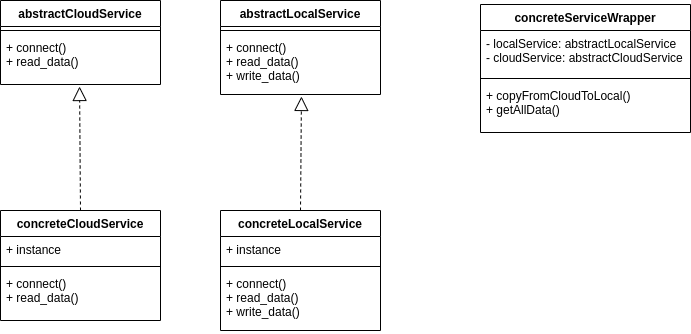
Earlier version of the draw.io export imgs/gerarchiaAstratta.png (MattiaParavisi/Archi4bdAssignement1). Source tidied: cells renumbered, new cells last; positions are measured from the earlier drawing's top-left corner, leaving out a move shared by most shapes.
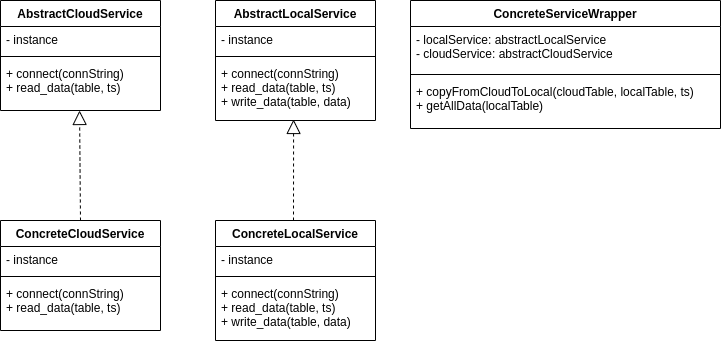
After the change.

The edit, as a diff of the source:
```diff
@@ -2,67 +2,76 @@
   <root>
     <mxCell id="0" />
     <mxCell id="1" parent="0" />
-    <mxCell id="2" style="endArrow=block;dashed=1;endFill=0;endSize=12;html=1;rounded=0;exitX=0.5;exitY=0;exitDx=0;exitDy=0;entryX=0.494;entryY=1.04;entryDx=0;entryDy=0;entryPerimeter=0;" parent="1" edge="1" target="5">
-      <mxGeometry relative="1" as="geometry">
-        <mxPoint x="80" y="210" as="sourcePoint" />
-      </mxGeometry>
+    <mxCell id="2" value="ConcreteLocalService" style="swimlane;fontStyle=1;align=center;verticalAlign=top;horizontal=1;startSize=26;" parent="1" vertex="1">
+      <mxGeometry x="435" width="160" height="120" as="geometry" />
     </mxCell>
-    <mxCell id="3" value="abstractCloudService" style="swimlane;fontStyle=1;align=center;verticalAlign=top;horizontal=1;startSize=26;" parent="1" vertex="1">
-      <mxGeometry width="160" height="84" as="geometry" />
+    <mxCell id="3" value="- instance" style="text;strokeColor=none;fillColor=none;align=left;verticalAlign=top;spacingLeft=4;spacingRight=4;overflow=hidden;" parent="2" vertex="1">
+      <mxGeometry y="26" width="160" height="26" as="geometry" />
     </mxCell>
-    <mxCell id="4" style="line;strokeWidth=1;fillColor=none;align=left;verticalAlign=middle;spacingTop=-1;spacingLeft=3;spacingRight=3;labelPosition=right;" parent="3" vertex="1">
-      <mxGeometry y="26" width="160" height="8" as="geometry" />
+    <mxCell id="4" style="line;strokeWidth=1;fillColor=none;align=left;verticalAlign=middle;spacingTop=-1;spacingLeft=3;spacingRight=3;labelPosition=right;" parent="2" vertex="1">
+      <mxGeometry y="52" width="160" height="8" as="geometry" />
     </mxCell>
-    <mxCell id="5" value="+ connect()&#10;+ read_data()" style="text;strokeColor=none;fillColor=none;align=left;verticalAlign=top;spacingLeft=4;spacingRight=4;overflow=hidden;points=[[0,0.5],[1,0.5]];portConstraint=eastwest;" parent="3" vertex="1">
-      <mxGeometry y="34" width="160" height="50" as="geometry" />
+    <mxCell id="5" value="+ connect(connString)&#10;+ read_data(table, ts)&#10;+ write_data(table, data)" style="text;strokeColor=none;fillColor=none;align=left;verticalAlign=top;spacingLeft=4;spacingRight=4;overflow=hidden;points=[[0,0.5],[1,0.5]];portConstraint=eastwest;" parent="2" vertex="1">
+      <mxGeometry y="60" width="160" height="60" as="geometry" />
     </mxCell>
-    <mxCell id="6" value="abstractLocalService" style="swimlane;fontStyle=1;align=center;verticalAlign=top;horizontal=1;startSize=26;" parent="1" vertex="1">
-      <mxGeometry x="220" width="160" height="94" as="geometry" />
+    <mxCell id="6" value="ConcreteCloudService" style="swimlane;fontStyle=1;align=center;verticalAlign=top;horizontal=1;startSize=26;" parent="1" vertex="1">
+      <mxGeometry x="220" width="160" height="110" as="geometry" />
     </mxCell>
-    <mxCell id="7" style="line;strokeWidth=1;fillColor=none;align=left;verticalAlign=middle;spacingTop=-1;spacingLeft=3;spacingRight=3;labelPosition=right;" parent="6" vertex="1">
-      <mxGeometry y="26" width="160" height="8" as="geometry" />
+    <mxCell id="7" value="- instance" style="text;strokeColor=none;fillColor=none;align=left;verticalAlign=top;spacingLeft=4;spacingRight=4;overflow=hidden;" parent="6" vertex="1">
+      <mxGeometry y="26" width="160" height="26" as="geometry" />
     </mxCell>
-    <mxCell id="8" value="+ connect()&#10;+ read_data()&#10;+ write_data()" style="text;strokeColor=none;fillColor=none;align=left;verticalAlign=top;spacingLeft=4;spacingRight=4;overflow=hidden;points=[[0,0.5],[1,0.5]];portConstraint=eastwest;" parent="6" vertex="1">
-      <mxGeometry y="34" width="160" height="60" as="geometry" />
+    <mxCell id="8" style="line;strokeWidth=1;fillColor=none;align=left;verticalAlign=middle;spacingTop=-1;spacingLeft=3;spacingRight=3;labelPosition=right;points=[];portConstraint=eastwest;" parent="6" vertex="1">
+      <mxGeometry y="52" width="160" height="8" as="geometry" />
     </mxCell>
-    <mxCell id="9" value="concreteLocalService" style="swimlane;fontStyle=1;align=center;verticalAlign=top;horizontal=1;startSize=26;" parent="1" vertex="1">
-      <mxGeometry x="220" y="210" width="160" height="120" as="geometry" />
+    <mxCell id="9" value="+ connect(connString)&#10;+ read_data(table, ts)" style="text;strokeColor=none;fillColor=none;align=left;verticalAlign=top;spacingLeft=4;spacingRight=4;overflow=hidden;points=[[0,0.5],[1,0.5]];portConstraint=eastwest;" parent="6" vertex="1">
+      <mxGeometry y="60" width="160" height="50" as="geometry" />
     </mxCell>
-    <mxCell id="10" value="+ instance" style="text;strokeColor=none;fillColor=none;align=left;verticalAlign=top;spacingLeft=4;spacingRight=4;overflow=hidden;" parent="9" vertex="1">
-      <mxGeometry y="26" width="160" height="26" as="geometry" />
+    <mxCell id="10" style="endArrow=block;dashed=1;endFill=0;endSize=12;html=1;rounded=0;entryX=0.488;entryY=0.983;entryDx=0;entryDy=0;entryPerimeter=0;" parent="1" edge="1" target="22">
+      <mxGeometry relative="1" as="geometry">
+        <mxPoint x="513" as="sourcePoint" />
+      </mxGeometry>
     </mxCell>
-    <mxCell id="11" style="line;strokeWidth=1;fillColor=none;align=left;verticalAlign=middle;spacingTop=-1;spacingLeft=3;spacingRight=3;labelPosition=right;" parent="9" vertex="1">
-      <mxGeometry y="52" width="160" height="8" as="geometry" />
+    <mxCell id="11" value="ConcreteServiceWrapper" style="swimlane;fontStyle=1;align=center;verticalAlign=top;horizontal=1;startSize=26;" parent="1" vertex="1">
+      <mxGeometry x="630" y="-220" width="310" height="128" as="geometry" />
     </mxCell>
-    <mxCell id="12" value="+ connect()&#10;+ read_data()&#10;+ write_data()" style="text;strokeColor=none;fillColor=none;align=left;verticalAlign=top;spacingLeft=4;spacingRight=4;overflow=hidden;" parent="9" vertex="1">
-      <mxGeometry y="60" width="160" height="60" as="geometry" />
+    <mxCell id="12" value="- localService: abstractLocalService&#10;- cloudService: abstractCloudService" style="text;strokeColor=none;fillColor=none;align=left;verticalAlign=top;spacingLeft=4;spacingRight=4;overflow=hidden;" parent="11" vertex="1">
+      <mxGeometry y="26" width="310" height="44" as="geometry" />
     </mxCell>
-    <mxCell id="13" value="concreteCloudService" style="swimlane;fontStyle=1;align=center;verticalAlign=top;horizontal=1;startSize=26;" parent="1" vertex="1">
-      <mxGeometry y="210" width="160" height="110" as="geometry" />
+    <mxCell id="13" style="line;strokeWidth=1;fillColor=none;align=left;verticalAlign=middle;spacingTop=-1;spacingLeft=3;spacingRight=3;labelPosition=right;" parent="11" vertex="1">
+      <mxGeometry y="70" width="310" height="8" as="geometry" />
     </mxCell>
-    <mxCell id="14" value="+ instance" style="text;strokeColor=none;fillColor=none;align=left;verticalAlign=top;spacingLeft=4;spacingRight=4;overflow=hidden;" parent="13" vertex="1">
-      <mxGeometry y="26" width="160" height="26" as="geometry" />
+    <mxCell id="14" value="+ copyFromCloudToLocal(cloudTable, localTable, ts)&#10;+ getAllData(localTable)" style="text;strokeColor=none;fillColor=none;align=left;verticalAlign=top;spacingLeft=4;spacingRight=4;overflow=hidden;" parent="11" vertex="1">
+      <mxGeometry y="78" width="310" height="50" as="geometry" />
     </mxCell>
-    <mxCell id="15" style="line;strokeWidth=1;fillColor=none;align=left;verticalAlign=middle;spacingTop=-1;spacingLeft=3;spacingRight=3;labelPosition=right;" parent="13" vertex="1">
-      <mxGeometry y="52" width="160" height="8" as="geometry" />
+    <mxCell id="15" value="AbstractCloudService" style="swimlane;fontStyle=1;align=center;verticalAlign=top;horizontal=1;startSize=26;" parent="1" vertex="1">
+      <mxGeometry x="220" y="-220" width="160" height="110" as="geometry" />
     </mxCell>
-    <mxCell id="16" value="+ connect()&#10;+ read_data()" style="text;strokeColor=none;fillColor=none;align=left;verticalAlign=top;spacingLeft=4;spacingRight=4;overflow=hidden;" parent="13" vertex="1">
-      <mxGeometry y="60" width="160" height="50" as="geometry" />
+    <mxCell id="16" value="- instance" style="text;strokeColor=none;fillColor=none;align=left;verticalAlign=top;spacingLeft=4;spacingRight=4;overflow=hidden;" parent="15" vertex="1">
+      <mxGeometry y="26" width="160" height="26" as="geometry" />
     </mxCell>
-    <mxCell id="17" style="endArrow=block;dashed=1;endFill=0;endSize=12;html=1;rounded=0;exitX=0.5;exitY=0;exitDx=0;exitDy=0;entryX=0.506;entryY=1.033;entryDx=0;entryDy=0;entryPerimeter=0;" parent="1" edge="1" source="9" target="8">
-      <mxGeometry relative="1" as="geometry" />
+    <mxCell id="17" style="line;strokeWidth=1;fillColor=none;align=left;verticalAlign=middle;spacingTop=-1;spacingLeft=3;spacingRight=3;labelPosition=right;" parent="15" vertex="1">
+      <mxGeometry y="52" width="160" height="8" as="geometry" />
     </mxCell>
-    <mxCell id="18" value="concreteServiceWrapper" style="swimlane;fontStyle=1;align=center;verticalAlign=top;horizontal=1;startSize=26;" parent="1" vertex="1">
-      <mxGeometry x="480" y="4" width="210" height="128" as="geometry" />
+    <mxCell id="18" value="+ connect(connString)&#10;+ read_data(table, ts)" style="text;strokeColor=none;fillColor=none;align=left;verticalAlign=top;spacingLeft=4;spacingRight=4;overflow=hidden;" parent="15" vertex="1">
+      <mxGeometry y="60" width="160" height="50" as="geometry" />
     </mxCell>
-    <mxCell id="19" value="- localService: abstractLocalService&#10;- cloudService: abstractCloudService" style="text;strokeColor=none;fillColor=none;align=left;verticalAlign=top;spacingLeft=4;spacingRight=4;overflow=hidden;" parent="18" vertex="1">
-      <mxGeometry y="26" width="210" height="44" as="geometry" />
+    <mxCell id="19" value="AbstractLocalService" style="swimlane;fontStyle=1;align=center;verticalAlign=top;horizontal=1;startSize=26;" parent="1" vertex="1">
+      <mxGeometry x="435" y="-220" width="160" height="120" as="geometry" />
     </mxCell>
-    <mxCell id="20" style="line;strokeWidth=1;fillColor=none;align=left;verticalAlign=middle;spacingTop=-1;spacingLeft=3;spacingRight=3;labelPosition=right;" parent="18" vertex="1">
-      <mxGeometry y="70" width="210" height="8" as="geometry" />
+    <mxCell id="20" value="- instance" style="text;strokeColor=none;fillColor=none;align=left;verticalAlign=top;spacingLeft=4;spacingRight=4;overflow=hidden;" parent="19" vertex="1">
+      <mxGeometry y="26" width="160" height="26" as="geometry" />
     </mxCell>
-    <mxCell id="21" value="+ copyFromCloudToLocal()&#10;+ getAllData()" style="text;strokeColor=none;fillColor=none;align=left;verticalAlign=top;spacingLeft=4;spacingRight=4;overflow=hidden;" parent="18" vertex="1">
-      <mxGeometry y="78" width="210" height="50" as="geometry" />
+    <mxCell id="21" style="line;strokeWidth=1;fillColor=none;align=left;verticalAlign=middle;spacingTop=-1;spacingLeft=3;spacingRight=3;labelPosition=right;" parent="19" vertex="1">
+      <mxGeometry y="52" width="160" height="8" as="geometry" />
     </mxCell>
+    <mxCell id="22" value="+ connect(connString)&#10;+ read_data(table, ts)&#10;+ write_data(table, data)" style="text;strokeColor=none;fillColor=none;align=left;verticalAlign=top;spacingLeft=4;spacingRight=4;overflow=hidden;points=[[0,0.5],[1,0.5]];portConstraint=eastwest;" parent="19" vertex="1">
+      <mxGeometry y="60" width="160" height="60" as="geometry" />
+    </mxCell>
+    <mxCell id="23" style="endArrow=block;dashed=1;endFill=0;endSize=12;html=1;rounded=0;entryX=0.488;entryY=0.983;entryDx=0;entryDy=0;entryPerimeter=0;" parent="1" edge="1">
+      <mxGeometry relative="1" as="geometry">
+        <mxPoint x="300" as="sourcePoint" />
+        <mxPoint x="299" y="-110" as="targetPoint" />
+      </mxGeometry>
+    </mxCell>
   </root>
 </mxGraphModel>
```
